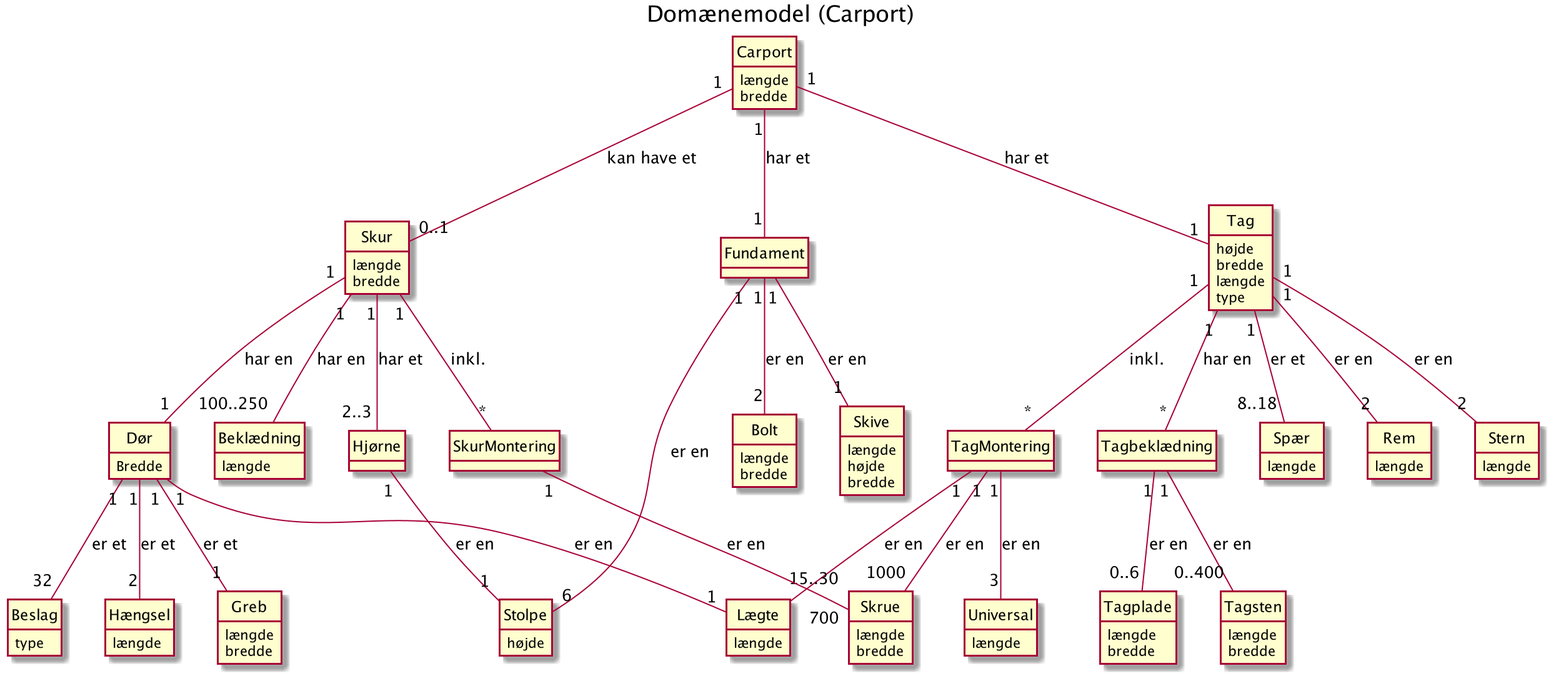
Before: Documentation/UML/Domæne model/Domain_Model_Styk_1.png, a diagram exported from PlantUML (codergram/Fog).
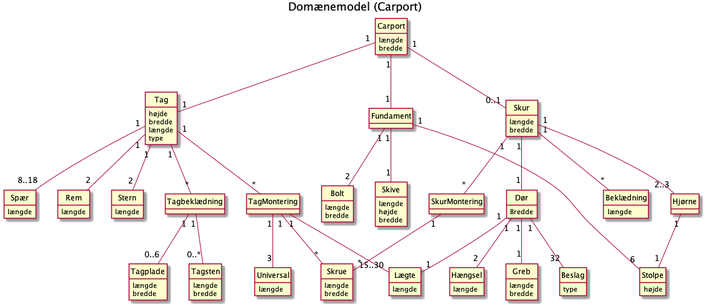
After the change.

Change to the diagram source:
```diff
@@ -117,42 +117,42 @@
     længde
 }
 
-Carport "1" -- "1" Tag: har et
-Tag "1" -- "*" Tagbeklædning: har en
-Tagbeklædning "1" -- "0..400" Tagsten: er en
-Tagbeklædning "1" -- "0..6" Tagplade: er en
+Carport "1" -- "1" Tag
+Tag "1" -- "*" Tagbeklædning
+Tagbeklædning "1" -- "0..*" Tagsten
+Tagbeklædning "1" -- "0..6" Tagplade
 
 
-Tag "1" -- "*" TagMontering: inkl.
-TagMontering "1" -- "1000" Skrue: er en
-TagMontering "1" -- "3" Universal: er en
-TagMontering "1" -- "15..30" Lægte: er en
+Tag "1" -- "*" TagMontering
+TagMontering "1" -- "*" Skrue
+TagMontering "1" -- "3" Universal
+TagMontering "1" -- "15..30" Lægte
 
 
 
-Tag "1" -- "8..18" Spær: er et
-Tag "1" -- "2" Rem: er en
-Tag "1" -- "2" Stern: er en
+Tag "1" -- "8..18" Spær
+Tag "1" -- "2" Rem
+Tag "1" -- "2" Stern
 
 
 
-Carport "1" -- "1" Fundament: har et
-Fundament "1" -- "6" Stolpe: er en
-Fundament "1" -- "2" Bolt: er en
-Fundament "1" -- "1" Skive: er en
+Carport "1" -- "1" Fundament
+Fundament "1" -- "6" Stolpe
+Fundament "1" -- "2" Bolt
+Fundament "1" -- "1" Skive
 
 
-Carport "1" -- "0..1" Skur: kan have et
-Skur "1" -- "1" Dør: har en
-Skur "1" -- "100..250" Beklædning: har en
-Skur "1" -- "*" SkurMontering: inkl.
-SkurMontering "1" -- "700" Skrue: er en
-Skur "1" -- "2..3" Hjørne: har et
-Hjørne "1" -- "1" Stolpe: er en
-Dør "1" -- "1" Greb: er et
-Dør "1" -- "32" Beslag: er et
-Dør "1" -- "2" Hængsel: er et
-Dør "1" -- "1" Lægte: er en
+Carport "1" -- "0..1" Skur
+Skur "1" -- "1" Dør
+Skur "1" -- "*" Beklædning
+Skur "1" -- "*" SkurMontering
+SkurMontering "1" -- "*" Skrue
+Skur "1" -- "2..3" Hjørne
+Hjørne "1" -- "1" Stolpe
+Dør "1" -- "1" Greb
+Dør "1" -- "32" Beslag
+Dør "1" -- "2" Hængsel
+Dør "1" -- "1" Lægte
 
 
 @enduml
```
